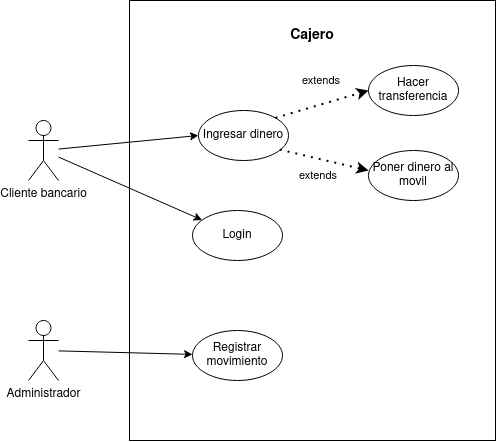
Before: diagramas_casos_de_uso/cajero-atm/diagrama-casos-uso-atm.drawio.png, a diagram exported from draw.io (JesusLugo2002/ETS). Source tidied: cells renumbered, new cells last; positions are measured from the earlier drawing's top-left corner, leaving out a move shared by most shapes. Its diagram source:
```xml
<mxGraphModel>
  <root>
    <mxCell id="0" />
    <mxCell id="1" parent="0" />
    <mxCell id="2" style="rounded=0;whiteSpace=wrap;html=1;" parent="1" vertex="1">
      <mxGeometry x="101" width="366" height="440" as="geometry" />
    </mxCell>
    <mxCell id="3" style="edgeStyle=none;shape=connector;rounded=0;jettySize=auto;html=1;labelBackgroundColor=default;strokeColor=default;align=center;verticalAlign=middle;fontFamily=Helvetica;fontSize=11;fontColor=default;endArrow=classic;" parent="1" edge="1" source="4" target="17">
      <mxGeometry relative="1" as="geometry" />
    </mxCell>
    <mxCell id="4" value="Administrador" style="shape=umlActor;verticalLabelPosition=bottom;verticalAlign=top;html=1;outlineConnect=0;" parent="1" vertex="1">
      <mxGeometry y="320" width="30" height="60" as="geometry" />
    </mxCell>
    <mxCell id="5" style="rounded=0;jettySize=auto;html=1;entryX=0;entryY=0.5;entryDx=0;entryDy=0;" parent="1" edge="1" source="7" target="11">
      <mxGeometry relative="1" as="geometry" />
    </mxCell>
    <mxCell id="6" style="edgeStyle=none;shape=connector;rounded=0;jettySize=auto;html=1;labelBackgroundColor=default;strokeColor=default;align=center;verticalAlign=middle;fontFamily=Helvetica;fontSize=11;fontColor=default;endArrow=classic;" parent="1" edge="1" source="7" target="9">
      <mxGeometry relative="1" as="geometry" />
    </mxCell>
    <mxCell id="7" value="Cliente bancario" style="shape=umlActor;verticalLabelPosition=bottom;verticalAlign=top;html=1;outlineConnect=0;" parent="1" vertex="1">
      <mxGeometry y="120" width="30" height="60" as="geometry" />
    </mxCell>
    <mxCell id="8" value="&lt;b&gt;&lt;font style=&quot;font-size: 14px;&quot;&gt;Cajero&lt;/font&gt;&lt;/b&gt;" style="text;html=1;strokeColor=none;fillColor=none;align=center;verticalAlign=middle;whiteSpace=wrap;rounded=0;" parent="1" vertex="1">
      <mxGeometry x="254" y="20" width="60" height="30" as="geometry" />
    </mxCell>
    <mxCell id="9" value="Login" style="ellipse;whiteSpace=wrap;html=1;" parent="1" vertex="1">
      <mxGeometry x="164" y="210" width="90" height="50" as="geometry" />
    </mxCell>
    <mxCell id="10" value="Hacer transferencia" style="ellipse;whiteSpace=wrap;html=1;" parent="1" vertex="1">
      <mxGeometry x="340" y="65" width="90" height="50" as="geometry" />
    </mxCell>
    <mxCell id="11" value="Ingresar dinero" style="ellipse;whiteSpace=wrap;html=1;" parent="1" vertex="1">
      <mxGeometry x="170" y="110" width="90" height="50" as="geometry" />
    </mxCell>
    <mxCell id="12" value="Poner dinero al movil" style="ellipse;whiteSpace=wrap;html=1;" parent="1" vertex="1">
      <mxGeometry x="340" y="150" width="90" height="50" as="geometry" />
    </mxCell>
    <mxCell id="13" style="endArrow=classic;dashed=1;html=1;dashPattern=1 3;strokeWidth=2;rounded=0;labelBackgroundColor=default;strokeColor=default;align=center;verticalAlign=middle;fontFamily=Helvetica;fontSize=11;fontColor=default;shape=connector;entryX=0;entryY=0.5;entryDx=0;entryDy=0;exitX=1;exitY=0;exitDx=0;exitDy=0;endFill=1;" parent="1" edge="1" source="11" target="10">
      <mxGeometry relative="1" as="geometry" />
    </mxCell>
    <mxCell id="14" style="endArrow=classic;dashed=1;html=1;dashPattern=1 3;strokeWidth=2;rounded=0;labelBackgroundColor=default;strokeColor=default;align=center;verticalAlign=middle;fontFamily=Helvetica;fontSize=11;fontColor=default;shape=connector;entryX=0;entryY=0.4;entryDx=0;entryDy=0;exitX=0.903;exitY=0.782;exitDx=0;exitDy=0;exitPerimeter=0;endFill=1;entryPerimeter=0;" parent="1" edge="1" source="11" target="12">
      <mxGeometry relative="1" as="geometry" />
    </mxCell>
    <mxCell id="15" value="extends" style="text;html=1;strokeColor=none;fillColor=none;align=center;verticalAlign=middle;whiteSpace=wrap;rounded=0;fontSize=11;fontFamily=Helvetica;fontColor=default;" parent="1" vertex="1">
      <mxGeometry x="260" y="160" width="60" height="30" as="geometry" />
    </mxCell>
    <mxCell id="16" value="extends" style="text;html=1;strokeColor=none;fillColor=none;align=center;verticalAlign=middle;whiteSpace=wrap;rounded=0;fontSize=11;fontFamily=Helvetica;fontColor=default;" parent="1" vertex="1">
      <mxGeometry x="263" y="65" width="60" height="30" as="geometry" />
    </mxCell>
    <mxCell id="17" value="Registrar movimiento" style="ellipse;whiteSpace=wrap;html=1;" parent="1" vertex="1">
      <mxGeometry x="164" y="330" width="90" height="50" as="geometry" />
    </mxCell>
  </root>
</mxGraphModel>
```
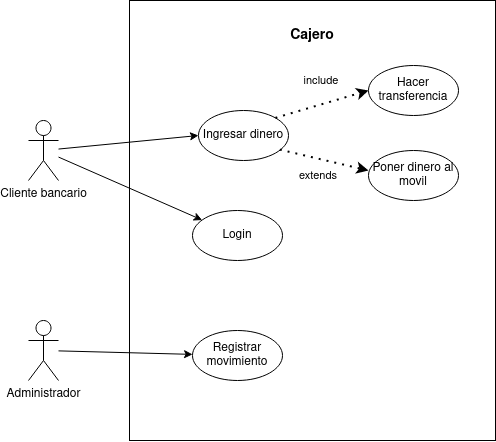
The same file after the commit.

What changed in the source:
```diff
@@ -44,7 +44,7 @@
     <mxCell id="15" value="extends" style="text;html=1;strokeColor=none;fillColor=none;align=center;verticalAlign=middle;whiteSpace=wrap;rounded=0;fontSize=11;fontFamily=Helvetica;fontColor=default;" parent="1" vertex="1">
       <mxGeometry x="260" y="160" width="60" height="30" as="geometry" />
     </mxCell>
-    <mxCell id="16" value="extends" style="text;html=1;strokeColor=none;fillColor=none;align=center;verticalAlign=middle;whiteSpace=wrap;rounded=0;fontSize=11;fontFamily=Helvetica;fontColor=default;" parent="1" vertex="1">
+    <mxCell id="16" value="include" style="text;html=1;strokeColor=none;fillColor=none;align=center;verticalAlign=middle;whiteSpace=wrap;rounded=0;fontSize=11;fontFamily=Helvetica;fontColor=default;" parent="1" vertex="1">
       <mxGeometry x="263" y="65" width="60" height="30" as="geometry" />
     </mxCell>
     <mxCell id="17" value="Registrar movimiento" style="ellipse;whiteSpace=wrap;html=1;" parent="1" vertex="1">
```
